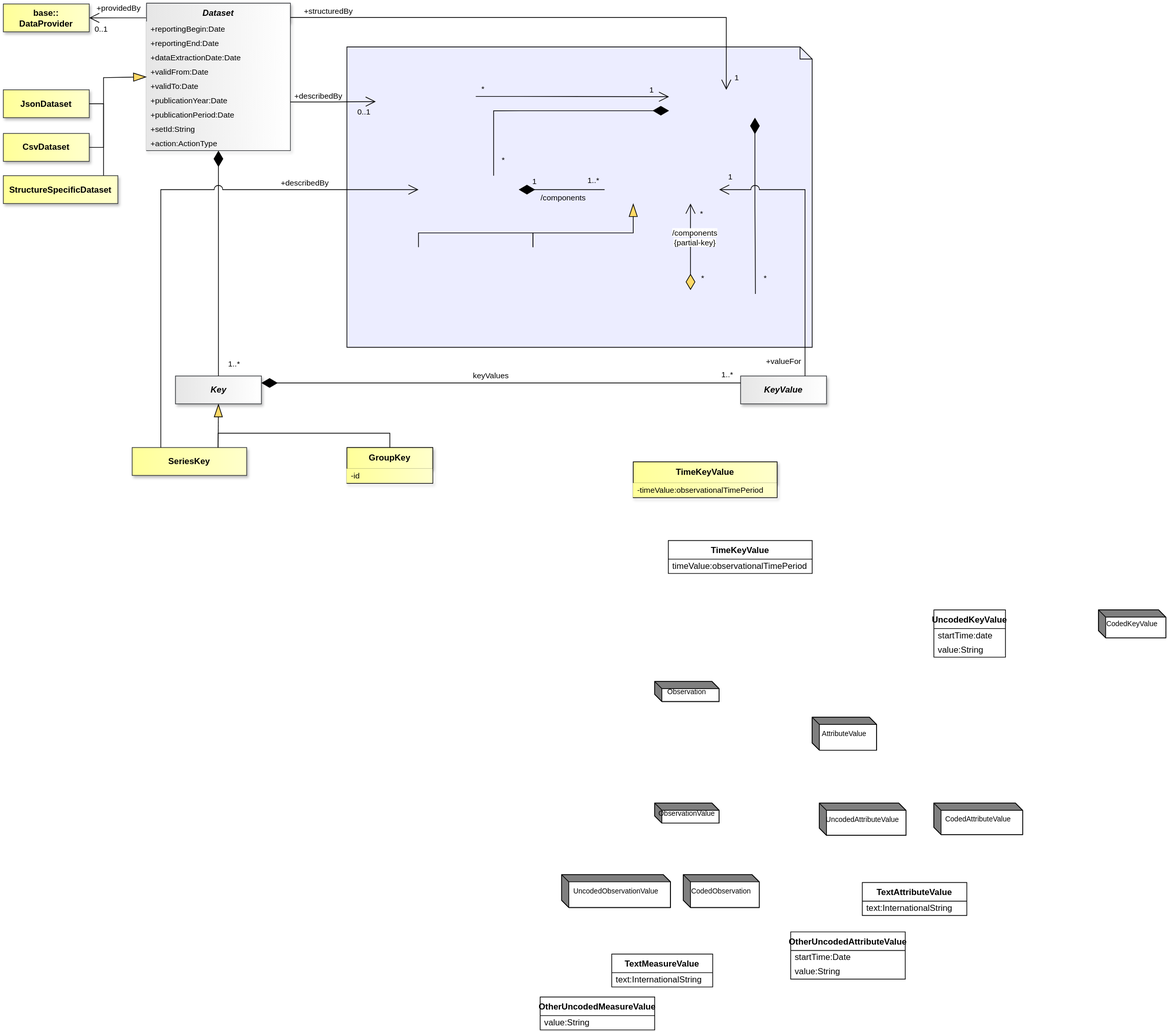
Above: docs/information_model/media/sdmx_dataset.svg in sdmx-twg/sdmx-im (draw.io), before the change. Source tidied: cells renumbered, new cells last; positions are measured from the earlier drawing's top-left corner, leaving out a move shared by most shapes.
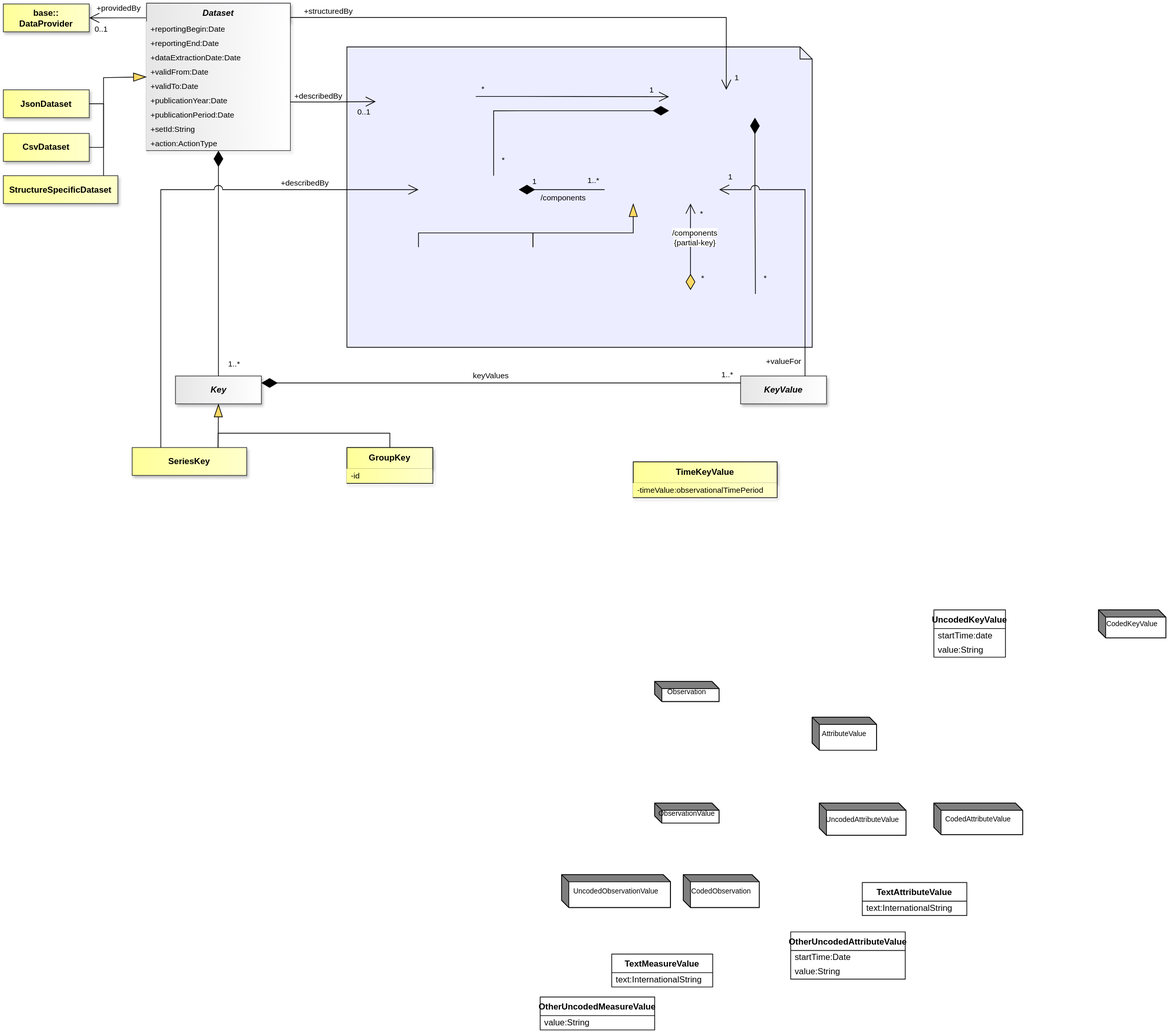
After the commit.

The edit, as a diff of the source:
```diff
@@ -41,12 +41,6 @@
     <mxCell id="14" value="CodedObservation" style="shape=mxgraph.dfd.externalEntity;fontSize=10;" parent="1" vertex="1">
       <mxGeometry x="950" y="1218" width="106" height="46" as="geometry" />
     </mxCell>
-    <mxCell id="15" value="TimeKeyValue" style="swimlane;fontStyle=1;align=center;verticalAlign=top;horizontal=1;startSize=26;whiteSpace=wrap;html=1;" parent="1" vertex="1">
-      <mxGeometry x="929" y="751" width="201" height="46" as="geometry" />
-    </mxCell>
-    <mxCell id="16" value="timeValue:observationalTimePeriod" style="text;strokeColor=none;fillColor=none;align=left;verticalAlign=middle;spacingLeft=4;spacingRight=4;overflow=hidden;whiteSpace=wrap;html=1;" parent="15" vertex="1">
-      <mxGeometry y="26" width="201" height="20" as="geometry" />
-    </mxCell>
     <mxCell id="17" value="CodedAttributeValue" style="shape=mxgraph.dfd.externalEntity;fontSize=10;" parent="1" vertex="1">
       <mxGeometry x="1300" y="1118" width="124" height="44" as="geometry" />
     </mxCell>
```
